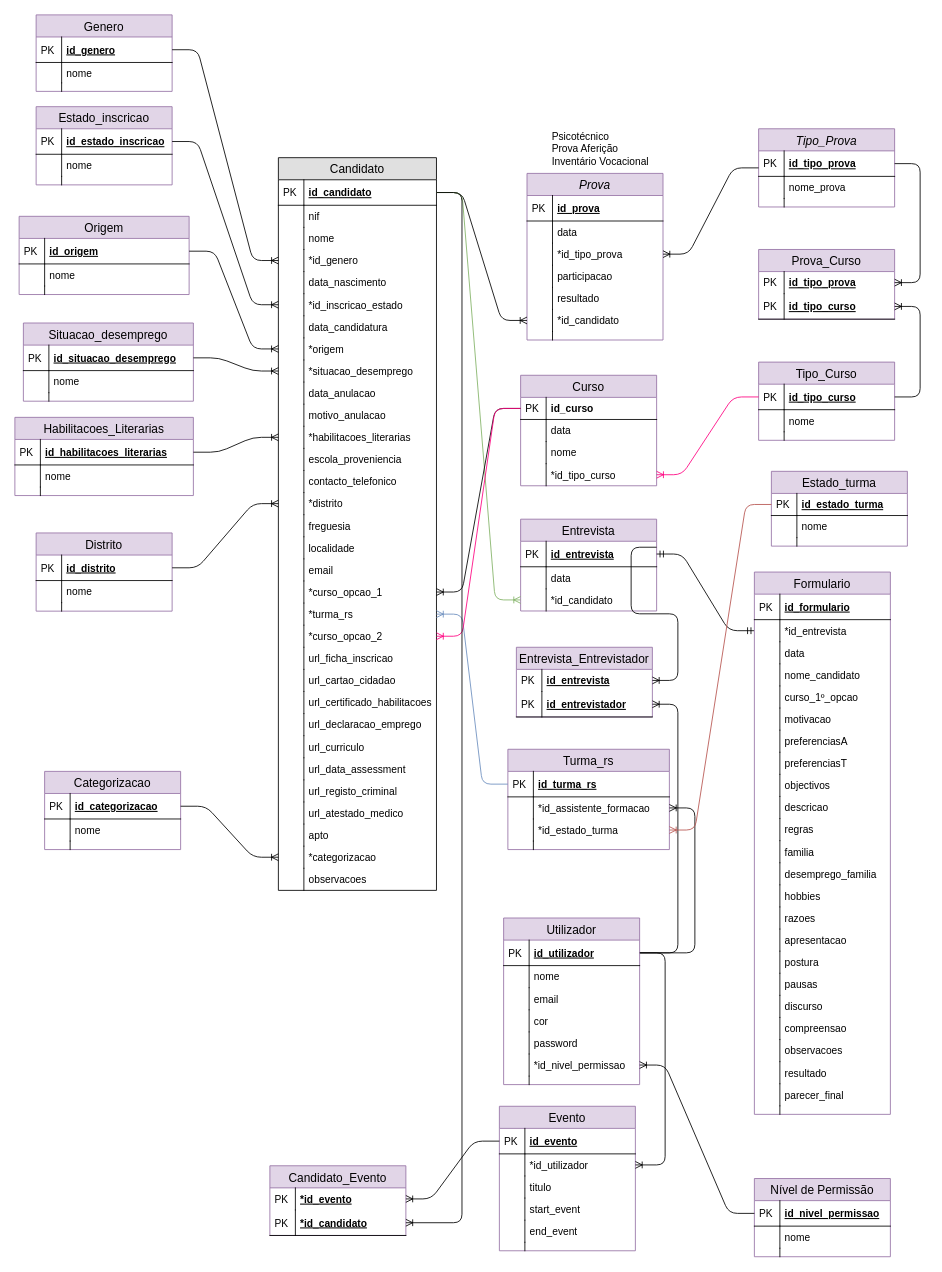
This is Docs/Modelo de dados.drawio from blestonbandeira/grs, a draw.io file, before an edit. Source tidied: cells renumbered, new cells numbered last; positions are measured from the earlier drawing's top-left corner, leaving out a move shared by most shapes. Both pictures are drawn from the tidied source at 85%, with x=0, y=0 at pixel (14, 14).
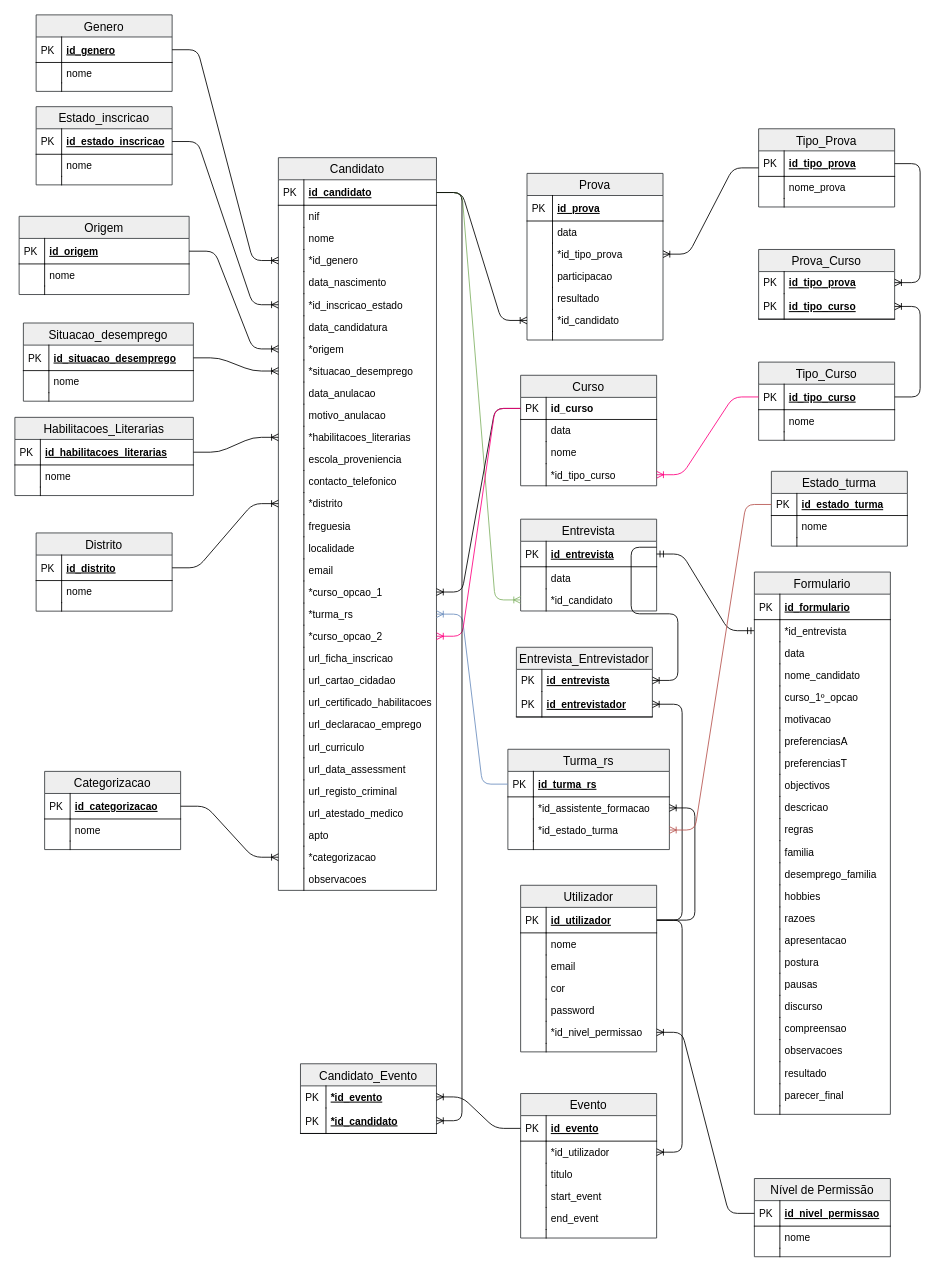
The same page after the edit.

What changed in the source:
```diff
@@
-    <mxCell id="2" value="Candidato" style="swimlane;fontStyle=0;horizontal=1;startSize=26;fillColor=#e0e0e0;swimlaneFillColor=#ffffff;align=center;fontSize=14;" parent="1" vertex="1">
+    <mxCell id="2" value="Candidato" style="swimlane;fontStyle=0;horizontal=1;startSize=26;fillColor=#eeeeee;swimlaneFillColor=#ffffff;align=center;fontSize=14;strokeColor=#36393d;" parent="1" vertex="1">
       <mxGeometry x="310" y="168" width="186" height="862" as="geometry" />
     </mxCell>
@@
-    <mxCell id="67" value="Turma_rs" style="swimlane;fontStyle=0;horizontal=1;startSize=26;fillColor=#e1d5e7;swimlaneFillColor=#ffffff;align=center;fontSize=14;strokeColor=#9673a6;" parent="1" vertex="1">
+    <mxCell id="67" value="Turma_rs" style="swimlane;fontStyle=0;horizontal=1;startSize=26;fillColor=#eeeeee;swimlaneFillColor=#ffffff;align=center;fontSize=14;strokeColor=#36393d;" parent="1" vertex="1">
       <mxGeometry x="580" y="864" width="190" height="118" as="geometry" />
     </mxCell>
@@
-    <mxCell id="76" value="Entrevista" style="swimlane;fontStyle=0;horizontal=1;startSize=26;fillColor=#e1d5e7;swimlaneFillColor=#ffffff;align=center;fontSize=14;strokeColor=#9673a6;" parent="1" vertex="1">
+    <mxCell id="76" value="Entrevista" style="swimlane;fontStyle=0;horizontal=1;startSize=26;fillColor=#eeeeee;swimlaneFillColor=#ffffff;align=center;fontSize=14;strokeColor=#36393d;" parent="1" vertex="1">
       <mxGeometry x="595" y="593.3" width="160" height="108" as="geometry" />
     </mxCell>
@@
-    <mxCell id="83" value="Entrevista_Entrevistador" style="swimlane;fontStyle=0;horizontal=1;startSize=26;fillColor=#e1d5e7;swimlaneFillColor=#ffffff;align=center;fontSize=14;strokeColor=#9673a6;" parent="1" vertex="1">
+    <mxCell id="83" value="Entrevista_Entrevistador" style="swimlane;fontStyle=0;horizontal=1;startSize=26;fillColor=#eeeeee;swimlaneFillColor=#ffffff;align=center;fontSize=14;strokeColor=#36393d;" parent="1" vertex="1">
       <mxGeometry x="590" y="744" width="160" height="82" as="geometry" />
     </mxCell>
@@
-    <mxCell id="92" value="Genero" style="swimlane;fontStyle=0;horizontal=1;startSize=26;fillColor=#e1d5e7;swimlaneFillColor=#ffffff;align=center;fontSize=14;strokeColor=#9673a6;" parent="1" vertex="1">
+    <mxCell id="92" value="Genero" style="swimlane;fontStyle=0;horizontal=1;startSize=26;swimlaneFillColor=#ffffff;align=center;fontSize=14;fillColor=#eeeeee;strokeColor=#36393d;" parent="1" vertex="1">
       <mxGeometry x="25" width="160" height="90" as="geometry" />
     </mxCell>
@@
-    <mxCell id="100" value="Estado_inscricao" style="swimlane;fontStyle=0;horizontal=1;startSize=26;fillColor=#e1d5e7;swimlaneFillColor=#ffffff;align=center;fontSize=14;strokeColor=#9673a6;" parent="1" vertex="1">
+    <mxCell id="100" value="Estado_inscricao" style="swimlane;fontStyle=0;horizontal=1;startSize=26;fillColor=#eeeeee;swimlaneFillColor=#ffffff;align=center;fontSize=14;strokeColor=#36393d;" parent="1" vertex="1">
       <mxGeometry x="25" y="108" width="160" height="92" as="geometry" />
     </mxCell>
@@
-    <mxCell id="108" value="Situacao_desemprego" style="swimlane;fontStyle=0;horizontal=1;startSize=26;fillColor=#e1d5e7;swimlaneFillColor=#ffffff;align=center;fontSize=14;strokeColor=#9673a6;" parent="1" vertex="1">
+    <mxCell id="108" value="Situacao_desemprego" style="swimlane;fontStyle=0;horizontal=1;startSize=26;fillColor=#eeeeee;swimlaneFillColor=#ffffff;align=center;fontSize=14;strokeColor=#36393d;" parent="1" vertex="1">
       <mxGeometry x="10" y="362.5" width="200" height="92" as="geometry" />
     </mxCell>
@@
-    <mxCell id="116" value="Habilitacoes_Literarias" style="swimlane;fontStyle=0;horizontal=1;startSize=26;fillColor=#e1d5e7;swimlaneFillColor=#ffffff;align=center;fontSize=14;strokeColor=#9673a6;" parent="1" vertex="1">
+    <mxCell id="116" value="Habilitacoes_Literarias" style="swimlane;fontStyle=0;horizontal=1;startSize=26;fillColor=#eeeeee;swimlaneFillColor=#ffffff;align=center;fontSize=14;strokeColor=#36393d;" parent="1" vertex="1">
       <mxGeometry y="473.5" width="210" height="92" as="geometry" />
     </mxCell>
@@
-    <mxCell id="124" value="Distrito" style="swimlane;fontStyle=0;horizontal=1;startSize=26;fillColor=#e1d5e7;swimlaneFillColor=#ffffff;align=center;fontSize=14;strokeColor=#9673a6;" parent="1" vertex="1">
+    <mxCell id="124" value="Distrito" style="swimlane;fontStyle=0;horizontal=1;startSize=26;fillColor=#eeeeee;swimlaneFillColor=#ffffff;align=center;fontSize=14;strokeColor=#36393d;" parent="1" vertex="1">
       <mxGeometry x="25" y="609.5" width="160" height="92" as="geometry" />
     </mxCell>
@@
-    <mxCell id="133" value="Estado_turma" style="swimlane;fontStyle=0;horizontal=1;startSize=26;fillColor=#e1d5e7;swimlaneFillColor=#ffffff;align=center;fontSize=14;strokeColor=#9673a6;" parent="1" vertex="1">
+    <mxCell id="133" value="Estado_turma" style="swimlane;fontStyle=0;horizontal=1;startSize=26;fillColor=#eeeeee;swimlaneFillColor=#ffffff;align=center;fontSize=14;strokeColor=#36393d;" parent="1" vertex="1">
       <mxGeometry x="890" y="537" width="160" height="88" as="geometry" />
     </mxCell>
@@
-    <mxCell id="141" value="Prova" style="swimlane;fontStyle=2;horizontal=1;startSize=26;fillColor=#e1d5e7;swimlaneFillColor=#ffffff;align=center;fontSize=14;strokeColor=#9673a6;" parent="1" vertex="1">
+    <mxCell id="141" value="Prova" style="swimlane;fontStyle=0;horizontal=1;startSize=26;fillColor=#eeeeee;swimlaneFillColor=#ffffff;align=center;fontSize=14;strokeColor=#36393d;" parent="1" vertex="1">
       <mxGeometry x="602.5" y="186.5" width="160" height="196" as="geometry" />
     </mxCell>
@@
-    <mxCell id="156" value="Tipo_Prova" style="swimlane;fontStyle=2;horizontal=1;startSize=26;fillColor=#e1d5e7;swimlaneFillColor=#ffffff;align=center;fontSize=14;strokeColor=#9673a6;" parent="1" vertex="1">
+    <mxCell id="156" value="Tipo_Prova" style="swimlane;fontStyle=0;horizontal=1;startSize=26;fillColor=#eeeeee;swimlaneFillColor=#ffffff;align=center;fontSize=14;strokeColor=#36393d;" parent="1" vertex="1">
       <mxGeometry x="875" y="134" width="160" height="92" as="geometry" />
     </mxCell>
@@
-    <mxCell id="164" value="Curso" style="swimlane;fontStyle=0;horizontal=1;startSize=26;fillColor=#e1d5e7;swimlaneFillColor=#ffffff;align=center;fontSize=14;strokeColor=#9673a6;" parent="1" vertex="1">
+    <mxCell id="164" value="Curso" style="swimlane;fontStyle=0;horizontal=1;startSize=26;fillColor=#eeeeee;swimlaneFillColor=#ffffff;align=center;fontSize=14;strokeColor=#36393d;" parent="1" vertex="1">
       <mxGeometry x="595" y="424" width="160" height="130" as="geometry" />
     </mxCell>
@@
-    <mxCell id="173" value="Formulario" style="swimlane;fontStyle=0;horizontal=1;startSize=26;fillColor=#e1d5e7;swimlaneFillColor=#ffffff;align=center;fontSize=14;strokeColor=#9673a6;" parent="1" vertex="1">
+    <mxCell id="173" value="Formulario" style="swimlane;fontStyle=0;horizontal=1;startSize=26;fillColor=#eeeeee;swimlaneFillColor=#ffffff;align=center;fontSize=14;strokeColor=#36393d;" parent="1" vertex="1">
       <mxGeometry x="870" y="655.5" width="160" height="638" as="geometry" />
     </mxCell>
@@
-    <mxCell id="225" value="Nível de Permissão" style="swimlane;fontStyle=0;horizontal=1;startSize=26;fillColor=#e1d5e7;swimlaneFillColor=#ffffff;align=center;fontSize=14;strokeColor=#9673a6;" parent="1" vertex="1">
+    <mxCell id="225" value="Nível de Permissão" style="swimlane;fontStyle=0;horizontal=1;startSize=26;fillColor=#eeeeee;swimlaneFillColor=#ffffff;align=center;fontSize=14;strokeColor=#36393d;" parent="1" vertex="1">
       <mxGeometry x="870" y="1369" width="160" height="92" as="geometry" />
     </mxCell>
@@
-    <mxCell id="232" value="Utilizador" style="swimlane;fontStyle=0;horizontal=1;startSize=26;fillColor=#e1d5e7;swimlaneFillColor=#ffffff;align=center;fontSize=14;strokeColor=#9673a6;" parent="1" vertex="1">
-      <mxGeometry x="575" y="1062.5" width="160" height="196" as="geometry" />
+    <mxCell id="232" value="Utilizador" style="swimlane;fontStyle=0;horizontal=1;startSize=26;fillColor=#eeeeee;swimlaneFillColor=#ffffff;align=center;fontSize=14;strokeColor=#36393d;" parent="1" vertex="1">
+      <mxGeometry x="595" y="1024" width="160" height="196" as="geometry" />
     </mxCell>
@@
-    <mxCell id="248" value="Origem" style="swimlane;fontStyle=0;horizontal=1;startSize=26;fillColor=#e1d5e7;swimlaneFillColor=#ffffff;align=center;fontSize=14;strokeColor=#9673a6;" parent="1" vertex="1">
+    <mxCell id="248" value="Origem" style="swimlane;fontStyle=0;horizontal=1;startSize=26;fillColor=#eeeeee;swimlaneFillColor=#ffffff;align=center;fontSize=14;strokeColor=#36393d;" parent="1" vertex="1">
       <mxGeometry x="5" y="237" width="200" height="92" as="geometry" />
     </mxCell>
@@
-    <mxCell id="256" value="Categorizacao" style="swimlane;fontStyle=0;horizontal=1;startSize=26;fillColor=#e1d5e7;swimlaneFillColor=#ffffff;align=center;fontSize=14;strokeColor=#9673a6;" parent="1" vertex="1">
+    <mxCell id="256" value="Categorizacao" style="swimlane;fontStyle=0;horizontal=1;startSize=26;fillColor=#eeeeee;swimlaneFillColor=#ffffff;align=center;fontSize=14;strokeColor=#36393d;" parent="1" vertex="1">
       <mxGeometry x="35" y="890" width="160" height="92" as="geometry" />
     </mxCell>
@@
-    <mxCell id="264" value="Evento" style="swimlane;fontStyle=0;horizontal=1;startSize=26;fillColor=#e1d5e7;swimlaneFillColor=#ffffff;align=center;fontSize=14;strokeColor=#9673a6;" parent="1" vertex="1">
-      <mxGeometry x="570" y="1284" width="160" height="170" as="geometry" />
+    <mxCell id="264" value="Evento" style="swimlane;fontStyle=0;horizontal=1;startSize=26;fillColor=#eeeeee;swimlaneFillColor=#ffffff;align=center;fontSize=14;strokeColor=#36393d;" parent="1" vertex="1">
+      <mxGeometry x="595" y="1269" width="160" height="170" as="geometry" />
     </mxCell>
@@
-    <mxCell id="278" value="Psicotécnico&lt;br&gt;Prova Aferição&lt;br&gt;Inventário Vocacional" style="text;html=1;align=left;verticalAlign=top;spacingTop=-4;" parent="1" vertex="1">
-      <mxGeometry x="630" y="134" width="130" height="40" as="geometry" />
-    </mxCell>
@@
-    <mxCell id="280" value="Candidato_Evento" style="swimlane;fontStyle=0;horizontal=1;startSize=26;fillColor=#e1d5e7;swimlaneFillColor=#ffffff;align=center;fontSize=14;strokeColor=#9673a6;" parent="1" vertex="1">
-      <mxGeometry x="300" y="1354" width="160" height="82" as="geometry" />
+    <mxCell id="280" value="Candidato_Evento" style="swimlane;fontStyle=0;horizontal=1;startSize=26;fillColor=#eeeeee;swimlaneFillColor=#ffffff;align=center;fontSize=14;strokeColor=#36393d;" parent="1" vertex="1">
+      <mxGeometry x="336" y="1234" width="160" height="82" as="geometry" />
     </mxCell>
@@
-    <mxCell id="287" value="Tipo_Curso" style="swimlane;fontStyle=0;horizontal=1;startSize=26;fillColor=#e1d5e7;swimlaneFillColor=#ffffff;align=center;fontSize=14;strokeColor=#9673a6;" parent="1" vertex="1">
+    <mxCell id="287" value="Tipo_Curso" style="swimlane;fontStyle=0;horizontal=1;startSize=26;fillColor=#eeeeee;swimlaneFillColor=#ffffff;align=center;fontSize=14;strokeColor=#36393d;" parent="1" vertex="1">
       <mxGeometry x="875" y="408.5" width="160" height="92" as="geometry" />
     </mxCell>
@@
-    <mxCell id="295" value="Prova_Curso" style="swimlane;fontStyle=0;horizontal=1;startSize=26;fillColor=#e1d5e7;swimlaneFillColor=#ffffff;align=center;fontSize=14;strokeColor=#9673a6;" parent="1" vertex="1">
+    <mxCell id="295" value="Prova_Curso" style="swimlane;fontStyle=0;horizontal=1;startSize=26;fillColor=#eeeeee;swimlaneFillColor=#ffffff;align=center;fontSize=14;strokeColor=#36393d;" parent="1" vertex="1">
       <mxGeometry x="875" y="276" width="160" height="82" as="geometry" />
     </mxCell>
```
